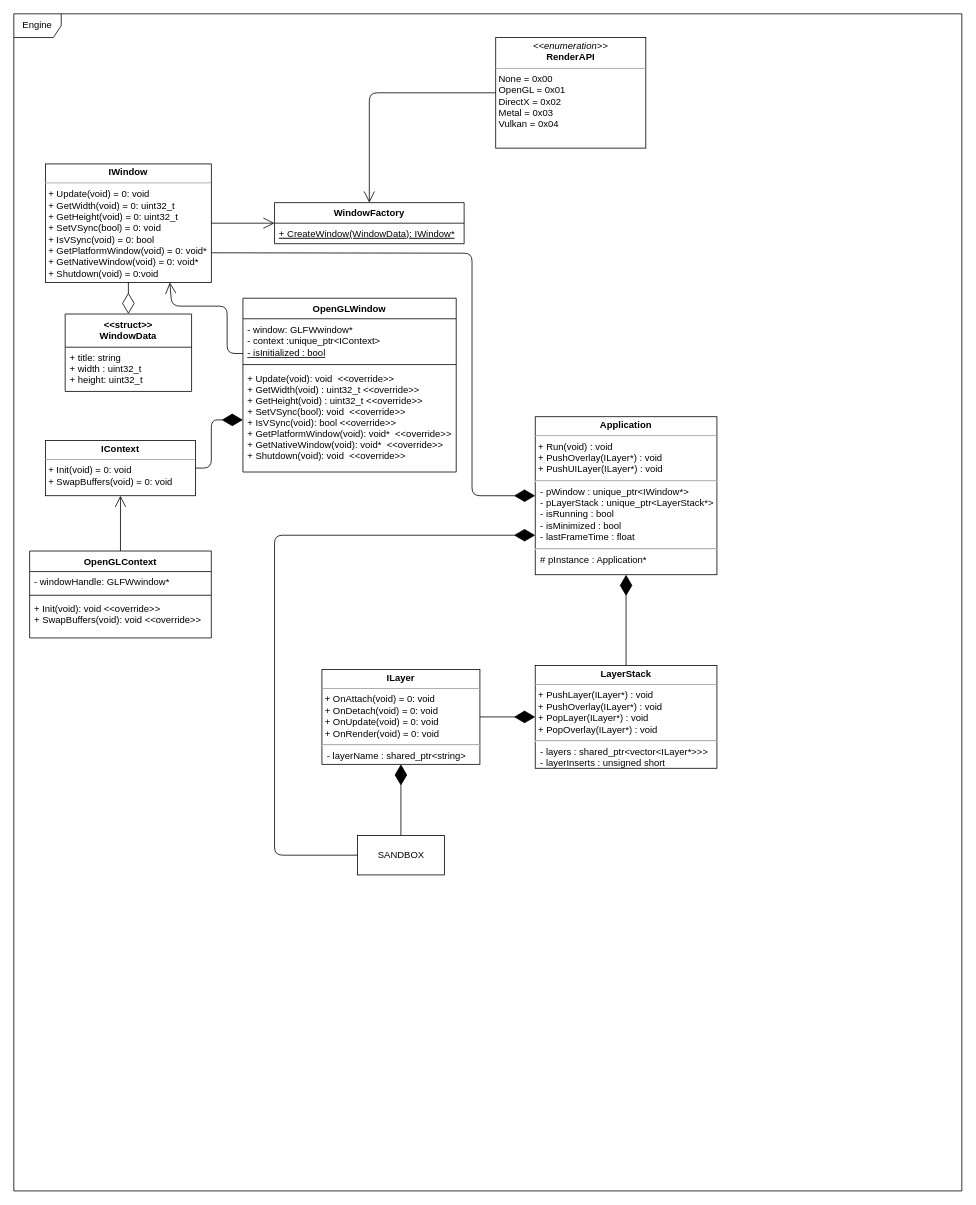
Above: simpleEngine.drawio in Render-Devs/SimpleEngine (draw.io), before the change. Source tidied: cells renumbered, new cells numbered last; positions are measured from the earlier drawing's top-left corner, leaving out a move shared by most shapes. Both pictures are drawn from the tidied source at 79%, with x=0, y=0 at pixel (13, 13).
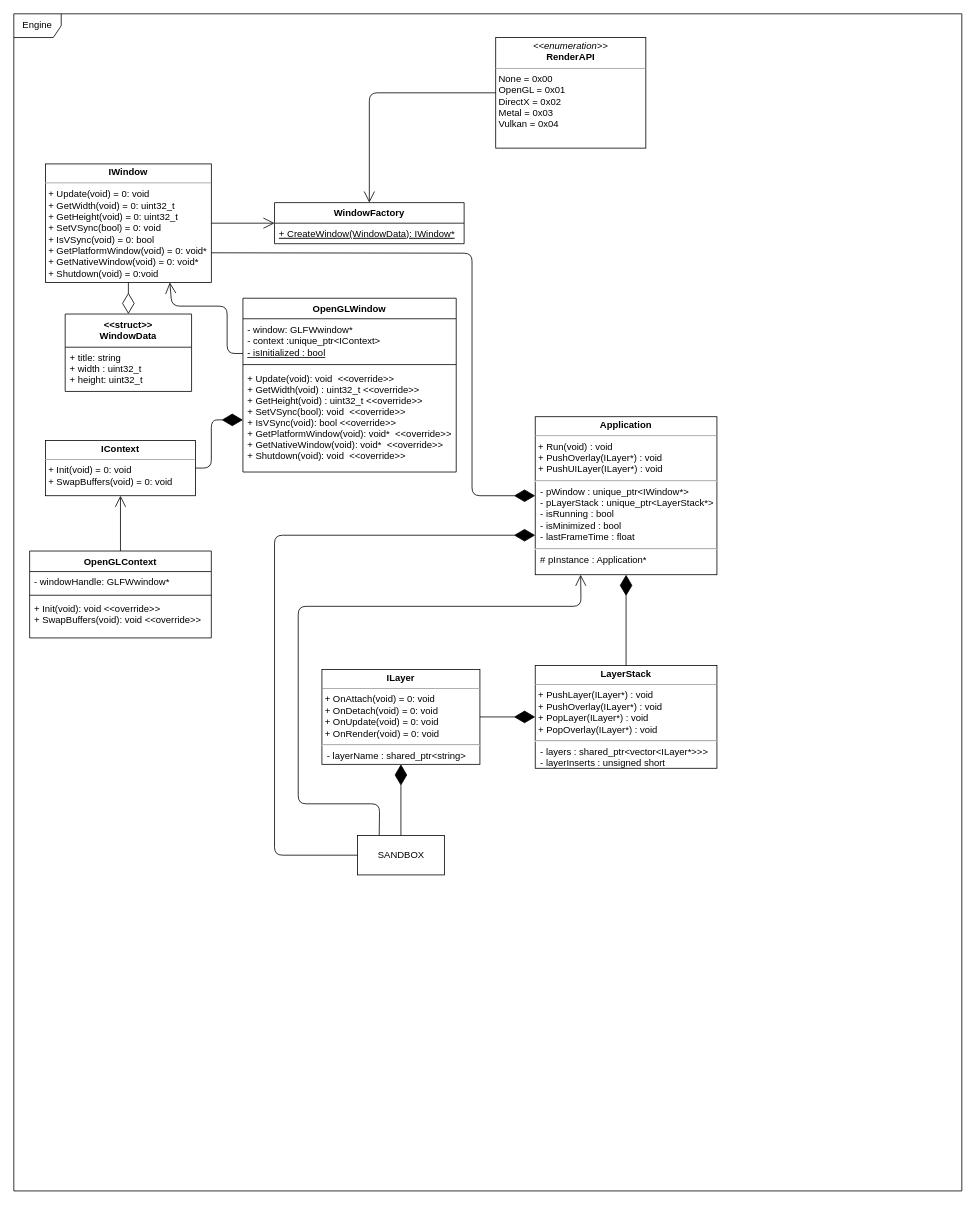
Above is the later version.

Commit message:
update uml diagram

Unchanged cells that the change refers to:
```xml
<mxCell id="21" value="&lt;p style=&quot;margin: 0px ; margin-top: 4px ; text-align: center&quot;&gt;&lt;b&gt;Application&lt;/b&gt;&lt;/p&gt;&lt;hr size=&quot;1&quot;&gt;&lt;p style=&quot;margin: 0px ; margin-left: 4px&quot;&gt;+ Run(void) : void&lt;br&gt;&lt;span&gt;+ PushOverlay(&lt;/span&gt;ILayer*&lt;span&gt;) : void&lt;/span&gt;&lt;br&gt;&lt;/p&gt;&lt;p style=&quot;margin: 0px ; margin-left: 4px&quot;&gt;+ PushUILayer(ILayer*) : void&lt;/p&gt;&lt;hr&gt;&amp;nbsp; - pWindow : unique_ptr&amp;lt;IWindow*&amp;gt;&lt;br&gt;&amp;nbsp; - pLayerStack : unique_ptr&amp;lt;LayerStack*&amp;gt;&lt;br&gt;&amp;nbsp; - isRunning : bool&lt;br&gt;&amp;nbsp; - isMinimized : bool&lt;br&gt;&amp;nbsp; - lastFrameTime : float&lt;hr&gt;&amp;nbsp; # pInstance : Application*" style="verticalAlign=top;align=left;overflow=fill;fontSize=12;fontFamily=Helvetica;html=1;" parent="1" vertex="1">
  <mxGeometry x="660" y="510" width="230" height="200" as="geometry" />
</mxCell>
<mxCell id="31" value="SANDBOX" style="html=1;" parent="1" vertex="1">
  <mxGeometry x="435" y="1040" width="110" height="50" as="geometry" />
</mxCell>
```

Change to the diagram source:
```diff
@@
+    <mxCell id="34" style="endArrow=open;endFill=1;endSize=12;html=1;exitX=0.25;exitY=0;exitDx=0;exitDy=0;entryX=0.25;entryY=1;entryDx=0;entryDy=0;" parent="1" edge="1" source="31" target="21">
+      <mxGeometry relative="1" as="geometry">
+        <Array as="points">
+          <mxPoint x="463" y="1000" />
+          <mxPoint x="360" y="1000" />
+          <mxPoint x="360" y="750" />
+          <mxPoint x="718" y="750" />
+        </Array>
+      </mxGeometry>
+    </mxCell>
```
